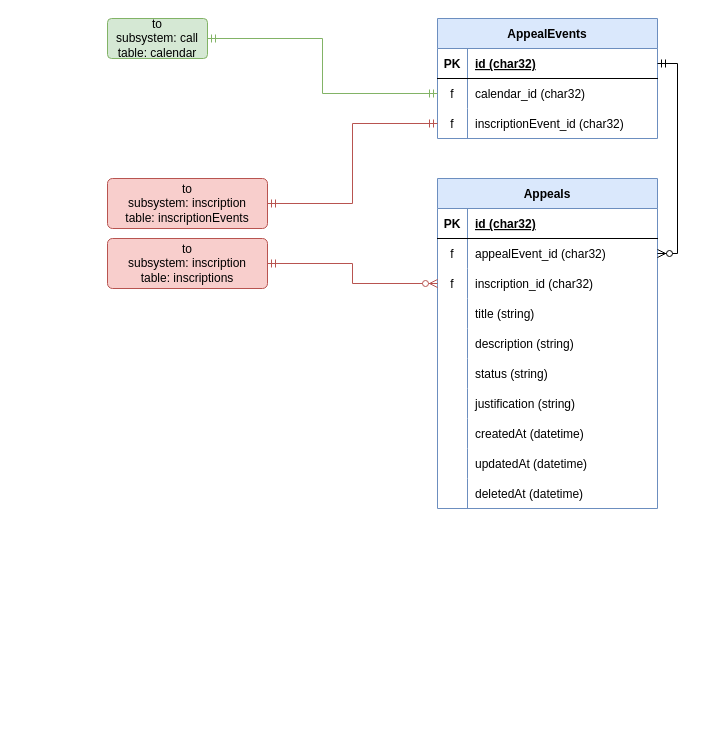
Earlier version of the draw.io diagram 02-appeal-feature/02-data-model-appeal.drawio (SEAD-UFES/SPS-docs). Source tidied: cells renumbered, new cells numbered last; positions are measured from the earlier drawing's top-left corner, leaving out a move shared by most shapes. Both pictures are drawn from the tidied source at 100%, with x=0, y=0 at pixel (107, 18).
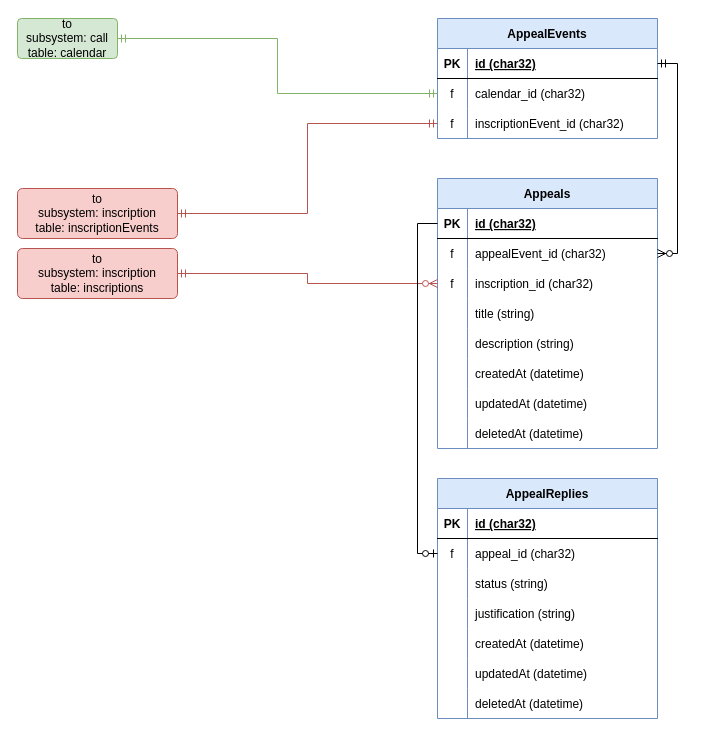
After the change.

Commit message (it also covers changes not shown here):
ajuste no projeto da feature appeal

The change refers to these unchanged cells:
```xml
<mxCell id="13" style="shape=partialRectangle;fillColor=none;top=0;left=0;bottom=1;right=0;points=[[0,0.5],[1,0.5]];portConstraint=eastwest;" parent="12" vertex="1">
  <mxGeometry y="30" width="220" height="30" as="geometry" />
</mxCell>
<mxCell id="16" style="shape=partialRectangle;fillColor=none;top=0;left=0;bottom=0;right=0;points=[[0,0.5],[1,0.5]];portConstraint=eastwest;" parent="12" vertex="1">
  <mxGeometry y="60" width="220" height="30" as="geometry" />
</mxCell>
```

Diff of the diagram source:
```diff
@@
-    <mxCell id="12" value="Appeals" style="shape=table;startSize=30;childLayout=tableLayout;rowLines=0;fontStyle=1;align=center;fillColor=#dae8fc;strokeColor=#6c8ebf;" parent="1" vertex="1">
-      <mxGeometry x="330" y="160" width="220" height="330" as="geometry" />
+    <mxCell id="12" value="Appeals" style="shape=table;startSize=30;childLayout=tableLayout;rowLines=0;fontStyle=1;align=center;strokeColor=#6c8ebf;fillColor=#dae8fc;" parent="1" vertex="1">
+      <mxGeometry x="330" y="160" width="220" height="270" as="geometry" />
     </mxCell>
@@
-    <mxCell id="15" value="id (char32)" style="shape=partialRectangle;fillColor=none;top=0;left=0;bottom=0;right=0;align=left;spacingLeft=6;fontStyle=5;overflow=hidden;" parent="13" vertex="1">
+    <mxCell id="15" value="id (char32)" style="shape=partialRectangle;top=0;left=0;bottom=0;right=0;align=left;spacingLeft=6;fontStyle=5;overflow=hidden;fillColor=none;" parent="13" vertex="1">
       <mxGeometry x="30" width="190" height="30" as="geometry" />
     </mxCell>
@@
-    <mxCell id="18" value="appealEvent_id (char32)" style="shape=partialRectangle;fillColor=none;top=0;left=0;bottom=0;right=0;align=left;spacingLeft=6;overflow=hidden;" parent="16" vertex="1">
+    <mxCell id="18" value="appealEvent_id (char32)" style="shape=partialRectangle;top=0;left=0;bottom=0;right=0;align=left;spacingLeft=6;overflow=hidden;fillColor=none;" parent="16" vertex="1">
       <mxGeometry x="30" width="190" height="30" as="geometry" />
     </mxCell>
@@
-    <mxCell id="28" style="shape=partialRectangle;fillColor=none;top=0;left=0;bottom=0;right=0;" parent="12" vertex="1">
-      <mxGeometry y="180" width="220" height="30" as="geometry" />
-    </mxCell>
-    <mxCell id="29" style="shape=partialRectangle;fillColor=none;top=0;left=0;bottom=0;right=0;overflow=hidden;" parent="28" vertex="1">
-      <mxGeometry width="30" height="30" as="geometry" />
-    </mxCell>
-    <mxCell id="30" value="status (string)" style="shape=partialRectangle;fillColor=none;top=0;left=0;bottom=0;right=0;align=left;spacingLeft=6;overflow=hidden;" parent="28" vertex="1">
-      <mxGeometry x="30" width="190" height="30" as="geometry" />
-    </mxCell>
-    <mxCell id="31" style="shape=partialRectangle;fillColor=none;top=0;left=0;bottom=0;right=0;" parent="12" vertex="1">
-      <mxGeometry y="210" width="220" height="30" as="geometry" />
-    </mxCell>
-    <mxCell id="32" style="shape=partialRectangle;fillColor=none;top=0;left=0;bottom=0;right=0;overflow=hidden;" parent="31" vertex="1">
-      <mxGeometry width="30" height="30" as="geometry" />
-    </mxCell>
-    <mxCell id="33" value="justification (string)" style="shape=partialRectangle;fillColor=none;top=0;left=0;bottom=0;right=0;align=left;spacingLeft=6;overflow=hidden;" parent="31" vertex="1">
-      <mxGeometry x="30" width="190" height="30" as="geometry" />
-    </mxCell>
     <mxCell id="34" style="shape=partialRectangle;fillColor=none;top=0;left=0;bottom=0;right=0;" parent="12" vertex="1">
-      <mxGeometry y="240" width="220" height="30" as="geometry" />
+      <mxGeometry y="180" width="220" height="30" as="geometry" />
     </mxCell>
@@
     <mxCell id="37" style="shape=partialRectangle;fillColor=none;top=0;left=0;bottom=0;right=0;" parent="12" vertex="1">
-      <mxGeometry y="270" width="220" height="30" as="geometry" />
+      <mxGeometry y="210" width="220" height="30" as="geometry" />
     </mxCell>
@@
     <mxCell id="40" style="shape=partialRectangle;fillColor=none;top=0;left=0;bottom=0;right=0;" parent="12" vertex="1">
-      <mxGeometry y="300" width="220" height="30" as="geometry" />
+      <mxGeometry y="240" width="220" height="30" as="geometry" />
     </mxCell>
@@
     <mxCell id="44" value="to&lt;br&gt;subsystem: call&lt;br&gt;table: calendar" style="rounded=1;arcSize=10;whiteSpace=wrap;html=1;align=center;fillColor=#d5e8d4;strokeColor=#82b366;" parent="1" vertex="1">
-      <mxGeometry width="100" height="40" as="geometry" />
+      <mxGeometry x="-90" width="100" height="40" as="geometry" />
     </mxCell>
@@
     <mxCell id="46" value="to&lt;br&gt;subsystem: inscription&lt;br&gt;table: inscriptionEvents" style="rounded=1;arcSize=10;whiteSpace=wrap;html=1;align=center;fillColor=#f8cecc;strokeColor=#b85450;" parent="1" vertex="1">
-      <mxGeometry y="160" width="160" height="50" as="geometry" />
+      <mxGeometry x="-90" y="170" width="160" height="50" as="geometry" />
     </mxCell>
@@
     <mxCell id="48" value="to&lt;br&gt;subsystem: inscription&lt;br&gt;table: inscriptions" style="rounded=1;arcSize=10;whiteSpace=wrap;html=1;align=center;fillColor=#f8cecc;strokeColor=#b85450;" parent="1" vertex="1">
-      <mxGeometry y="220" width="160" height="50" as="geometry" />
+      <mxGeometry x="-90" y="230" width="160" height="50" as="geometry" />
     </mxCell>
@@
+    <mxCell id="50" value="AppealReplies" style="shape=table;startSize=30;childLayout=tableLayout;rowLines=0;fontStyle=1;align=center;strokeColor=#6c8ebf;fillColor=#dae8fc;" parent="1" vertex="1">
+      <mxGeometry x="330" y="460" width="220" height="240" as="geometry" />
+    </mxCell>
+    <mxCell id="51" style="shape=partialRectangle;fillColor=none;top=0;left=0;bottom=1;right=0;" parent="50" vertex="1">
+      <mxGeometry y="30" width="220" height="30" as="geometry" />
+    </mxCell>
+    <mxCell id="52" value="PK" style="shape=partialRectangle;fillColor=none;top=0;left=0;bottom=0;right=0;fontStyle=1;overflow=hidden;" parent="51" vertex="1">
+      <mxGeometry width="30" height="30" as="geometry" />
+    </mxCell>
+    <mxCell id="53" value="id (char32)" style="shape=partialRectangle;top=0;left=0;bottom=0;right=0;align=left;spacingLeft=6;fontStyle=5;overflow=hidden;fillColor=none;" parent="51" vertex="1">
+      <mxGeometry x="30" width="190" height="30" as="geometry" />
+    </mxCell>
+    <mxCell id="54" style="shape=partialRectangle;fillColor=none;top=0;left=0;bottom=0;right=0;points=[[0,0.5],[1,0.5]];portConstraint=eastwest;" parent="50" vertex="1">
+      <mxGeometry y="60" width="220" height="30" as="geometry" />
+    </mxCell>
+    <mxCell id="55" value="f" style="shape=partialRectangle;fillColor=none;top=0;left=0;bottom=0;right=0;overflow=hidden;" parent="54" vertex="1">
+      <mxGeometry width="30" height="30" as="geometry" />
+    </mxCell>
+    <mxCell id="56" value="appeal_id (char32)" style="shape=partialRectangle;top=0;left=0;bottom=0;right=0;align=left;spacingLeft=6;overflow=hidden;fillColor=none;" parent="54" vertex="1">
+      <mxGeometry x="30" width="190" height="30" as="geometry" />
+    </mxCell>
+    <mxCell id="57" style="shape=partialRectangle;fillColor=none;top=0;left=0;bottom=0;right=0;" parent="50" vertex="1">
+      <mxGeometry y="90" width="220" height="30" as="geometry" />
+    </mxCell>
+    <mxCell id="58" style="shape=partialRectangle;fillColor=none;top=0;left=0;bottom=0;right=0;overflow=hidden;" parent="57" vertex="1">
+      <mxGeometry width="30" height="30" as="geometry" />
+    </mxCell>
+    <mxCell id="30" value="status (string)" style="shape=partialRectangle;fillColor=none;top=0;left=0;bottom=0;right=0;align=left;spacingLeft=6;overflow=hidden;" parent="57" vertex="1">
+      <mxGeometry x="30" width="190" height="30" as="geometry" />
+    </mxCell>
+    <mxCell id="59" style="shape=partialRectangle;fillColor=none;top=0;left=0;bottom=0;right=0;" parent="50" vertex="1">
+      <mxGeometry y="120" width="220" height="30" as="geometry" />
+    </mxCell>
+    <mxCell id="60" style="shape=partialRectangle;fillColor=none;top=0;left=0;bottom=0;right=0;overflow=hidden;" parent="59" vertex="1">
+      <mxGeometry width="30" height="30" as="geometry" />
+    </mxCell>
+    <mxCell id="33" value="justification (string)" style="shape=partialRectangle;fillColor=none;top=0;left=0;bottom=0;right=0;align=left;spacingLeft=6;overflow=hidden;" parent="59" vertex="1">
+      <mxGeometry x="30" width="190" height="30" as="geometry" />
+    </mxCell>
+    <mxCell id="61" style="shape=partialRectangle;fillColor=none;top=0;left=0;bottom=0;right=0;" parent="50" vertex="1">
+      <mxGeometry y="150" width="220" height="30" as="geometry" />
+    </mxCell>
+    <mxCell id="62" style="shape=partialRectangle;fillColor=none;top=0;left=0;bottom=0;right=0;overflow=hidden;" parent="61" vertex="1">
+      <mxGeometry width="30" height="30" as="geometry" />
+    </mxCell>
+    <mxCell id="63" value="createdAt (datetime)" style="shape=partialRectangle;fillColor=none;top=0;left=0;bottom=0;right=0;align=left;spacingLeft=6;overflow=hidden;" parent="61" vertex="1">
+      <mxGeometry x="30" width="190" height="30" as="geometry" />
+    </mxCell>
+    <mxCell id="28" style="shape=partialRectangle;fillColor=none;top=0;left=0;bottom=0;right=0;" parent="50" vertex="1">
+      <mxGeometry y="180" width="220" height="30" as="geometry" />
+    </mxCell>
+    <mxCell id="64" style="shape=partialRectangle;fillColor=none;top=0;left=0;bottom=0;right=0;overflow=hidden;" parent="28" vertex="1">
+      <mxGeometry width="30" height="30" as="geometry" />
+    </mxCell>
+    <mxCell id="65" value="updatedAt (datetime)" style="shape=partialRectangle;fillColor=none;top=0;left=0;bottom=0;right=0;align=left;spacingLeft=6;overflow=hidden;" parent="28" vertex="1">
+      <mxGeometry x="30" width="190" height="30" as="geometry" />
+    </mxCell>
+    <mxCell id="31" style="shape=partialRectangle;fillColor=none;top=0;left=0;bottom=0;right=0;" parent="50" vertex="1">
+      <mxGeometry y="210" width="220" height="30" as="geometry" />
+    </mxCell>
+    <mxCell id="66" style="shape=partialRectangle;fillColor=none;top=0;left=0;bottom=0;right=0;overflow=hidden;" parent="31" vertex="1">
+      <mxGeometry width="30" height="30" as="geometry" />
+    </mxCell>
+    <mxCell id="67" value="deletedAt (datetime)" style="shape=partialRectangle;fillColor=none;top=0;left=0;bottom=0;right=0;align=left;spacingLeft=6;overflow=hidden;" parent="31" vertex="1">
+      <mxGeometry x="30" width="190" height="30" as="geometry" />
+    </mxCell>
+    <mxCell id="68" style="edgeStyle=orthogonalEdgeStyle;rounded=0;jettySize=auto;html=1;entryX=0;entryY=0.5;entryDx=0;entryDy=0;startArrow=ERzeroToOne;startFill=1;endArrow=none;endFill=0;" parent="1" edge="1" source="54" target="13">
+      <mxGeometry relative="1" as="geometry" />
+    </mxCell>
```
